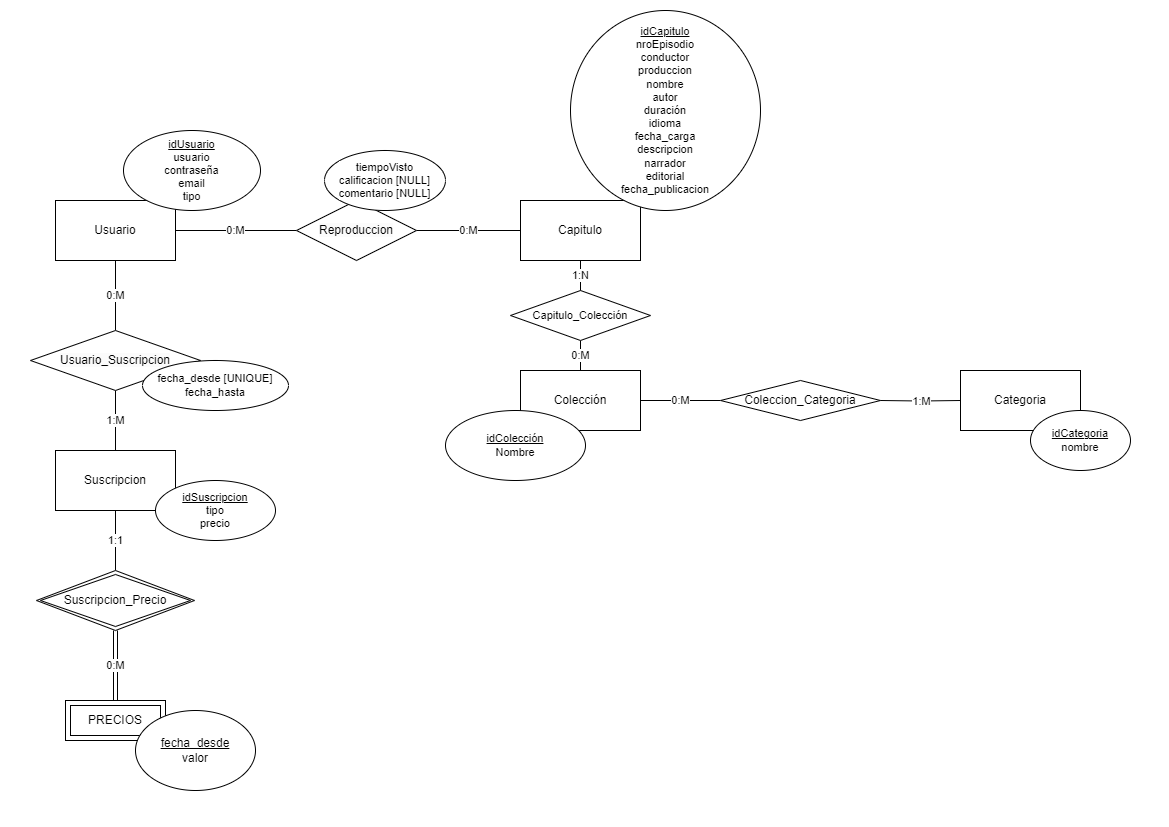
Above: Assets/Modelo de base de datos.drawio.png in utnfrrodsw/tp (draw.io), before the change. Source tidied: cells renumbered, new cells last; positions are measured from the earlier drawing's top-left corner, leaving out a move shared by most shapes.
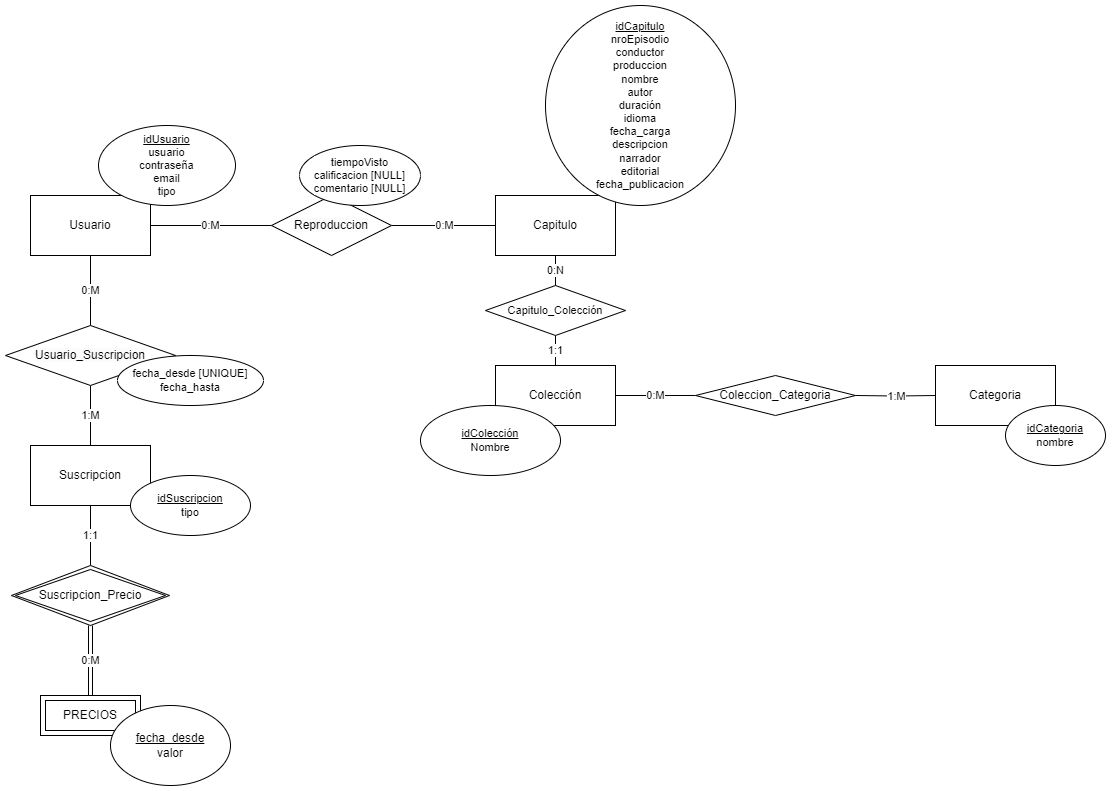
The same file after the commit.

Commit message:
Cambios menores al modelo DER

Change to the diagram source:
```diff
@@ -70,9 +70,9 @@
     <mxCell id="23" value="&lt;div&gt;&lt;u&gt;idCapitulo&lt;/u&gt;&lt;/div&gt;&lt;div&gt;nroEpisodio&lt;/div&gt;conductor&lt;br&gt;produccion&lt;div&gt;nombre&lt;br&gt;autor&lt;br&gt;duración&lt;br&gt;idioma&lt;br&gt;fecha_carga&lt;br&gt;descripcion&lt;/div&gt;&lt;div&gt;narrador&lt;/div&gt;&lt;div&gt;editorial&lt;/div&gt;&lt;div&gt;fecha_publicacion&lt;/div&gt;" style="ellipse;whiteSpace=wrap;html=1;fontFamily=Helvetica;fontSize=11;fontColor=default;labelBackgroundColor=default;" parent="1" vertex="1">
       <mxGeometry x="540" width="190" height="200" as="geometry" />
     </mxCell>
-    <mxCell id="24" value="&lt;u&gt;idSuscripcion&lt;/u&gt;&lt;div&gt;tipo&lt;/div&gt;&lt;div&gt;precio&lt;/div&gt;" style="ellipse;whiteSpace=wrap;html=1;fontFamily=Helvetica;fontSize=11;fontColor=default;labelBackgroundColor=default;" parent="1" vertex="1">
-      <mxGeometry x="125" y="470" width="120" height="60" as="geometry" />
-    </mxCell>
+    <mxCell id="31" value="&lt;u&gt;idSuscripcion&lt;/u&gt;&lt;div&gt;tipo&lt;/div&gt;" style="ellipse;whiteSpace=wrap;html=1;fontFamily=Helvetica;fontSize=11;fontColor=default;labelBackgroundColor=default;" parent="1" vertex="1">
+      <mxGeometry x="125" y="470" width="120" height="60" as="geometry" />
+    </mxCell>
     <mxCell id="25" value="tiempoVisto&lt;div&gt;calificacion [NULL]&lt;/div&gt;&lt;div&gt;comentario [NULL]&lt;/div&gt;" style="ellipse;whiteSpace=wrap;html=1;fontFamily=Helvetica;fontSize=11;fontColor=default;labelBackgroundColor=default;" parent="1" vertex="1">
       <mxGeometry x="294" y="140" width="121" height="60" as="geometry" />
     </mxCell>
@@ -82,7 +82,7 @@
     <mxCell id="27" value="&lt;div&gt;&lt;u&gt;idColección&lt;/u&gt;&lt;/div&gt;Nombre" style="ellipse;whiteSpace=wrap;html=1;fontFamily=Helvetica;fontSize=11;fontColor=default;labelBackgroundColor=default;" parent="1" vertex="1">
       <mxGeometry x="415" y="400" width="140" height="70" as="geometry" />
     </mxCell>
-    <mxCell id="28" value="0:M" style="edgeStyle=orthogonalEdgeStyle;rounded=0;jettySize=auto;html=1;exitX=0.5;exitY=1;exitDx=0;exitDy=0;entryX=0.5;entryY=0;entryDx=0;entryDy=0;endArrow=none;endFill=0;" parent="1" edge="1" source="29" target="2">
+    <mxCell id="28" value="1:1" style="edgeStyle=orthogonalEdgeStyle;rounded=0;jettySize=auto;html=1;exitX=0.5;exitY=1;exitDx=0;exitDy=0;entryX=0.5;entryY=0;entryDx=0;entryDy=0;endArrow=none;endFill=0;" parent="1" edge="1" source="29" target="2">
       <mxGeometry relative="1" as="geometry">
         <Array as="points">
           <mxPoint x="550" y="350" />
@@ -93,10 +93,10 @@
     <mxCell id="29" value="Capitulo_Colección" style="shape=rhombus;perimeter=rhombusPerimeter;whiteSpace=wrap;html=1;align=center;fontFamily=Helvetica;fontSize=11;fontColor=default;labelBackgroundColor=default;" parent="1" vertex="1">
       <mxGeometry x="480" y="280" width="140" height="50" as="geometry" />
     </mxCell>
-    <mxCell id="30" value="1:N" style="rounded=0;jettySize=auto;html=1;exitX=0.5;exitY=0;exitDx=0;exitDy=0;endArrow=none;endFill=0;" parent="1" edge="1" source="29">
-      <mxGeometry relative="1" as="geometry">
-        <mxPoint x="550" y="250" as="targetPoint" />
-      </mxGeometry>
-    </mxCell>
+    <mxCell id="32" value="0:N" style="rounded=0;jettySize=auto;html=1;exitX=0.5;exitY=0;exitDx=0;exitDy=0;endArrow=none;endFill=0;" parent="1" edge="1" source="29">
+      <mxGeometry relative="1" as="geometry">
+        <mxPoint x="550" y="250" as="targetPoint" />
+      </mxGeometry>
+    </mxCell>
   </root>
 </mxGraphModel>
```
